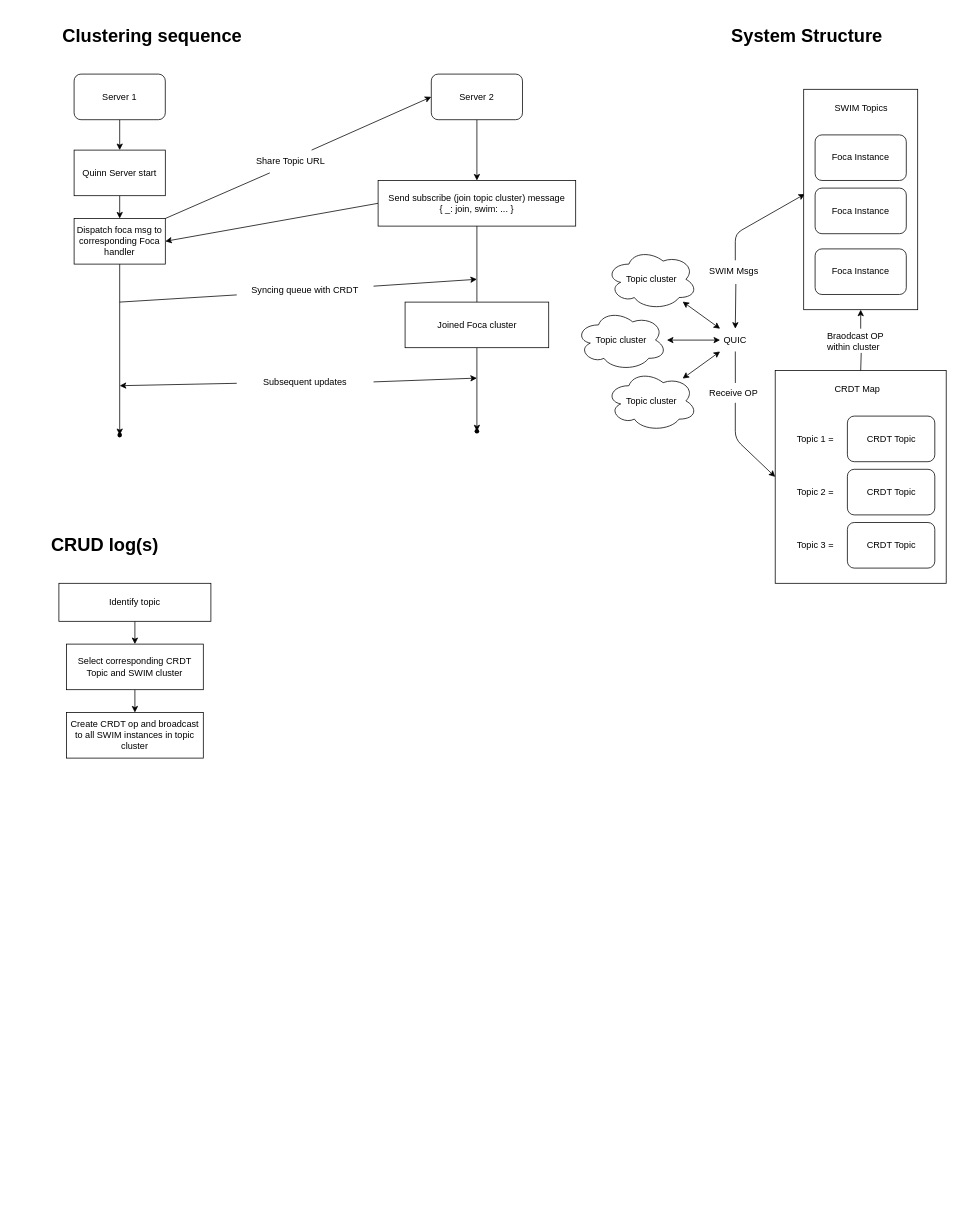
Above: proc.drawio in Limit-LAB/Orkas (draw.io), before the change. Source tidied: cells renumbered, new cells numbered last; positions are measured from the earlier drawing's top-left corner, leaving out a move shared by most shapes. Both pictures are drawn from the tidied source at 76%, with x=0, y=0 at pixel (47, 21).
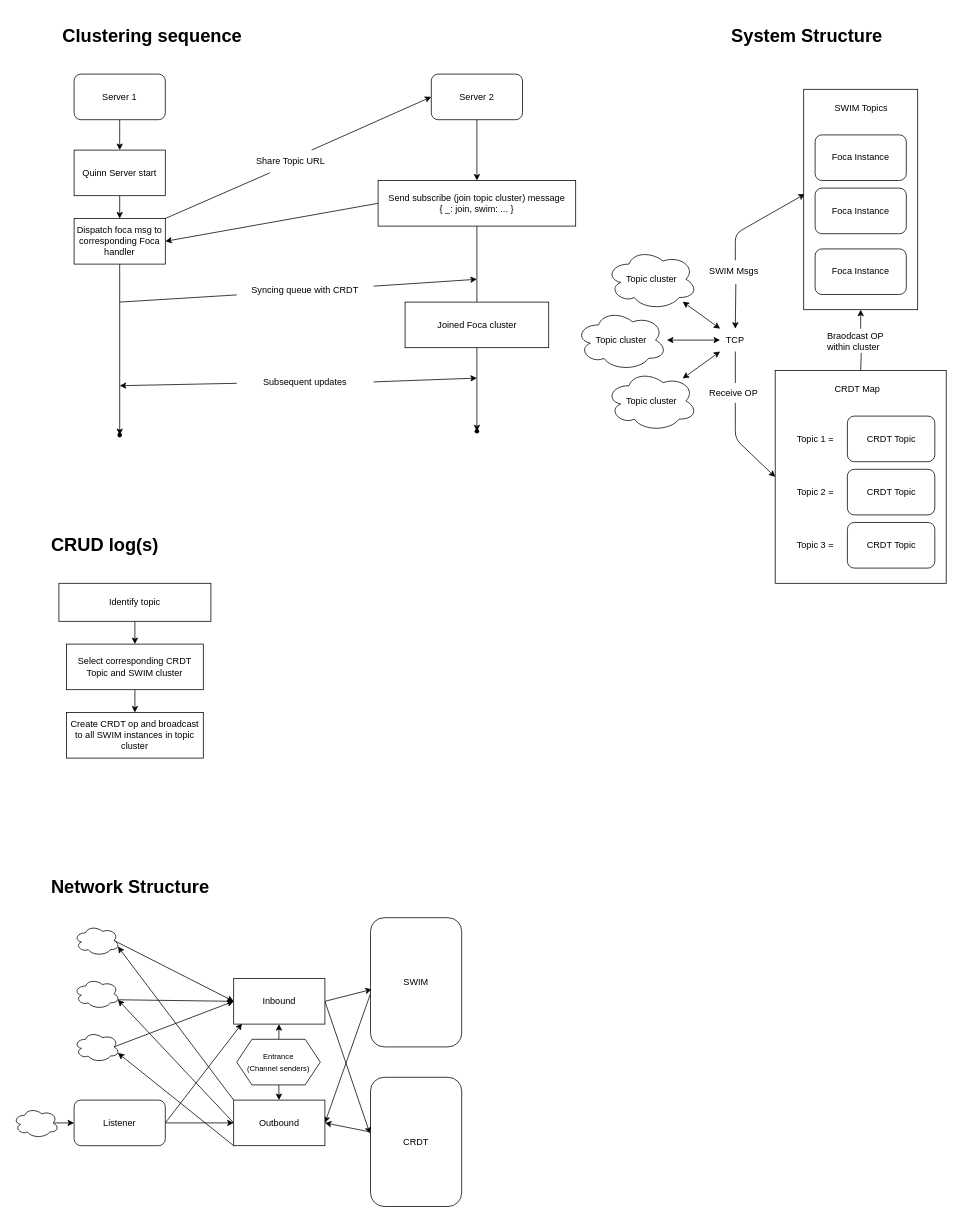
The same page after the edit.

What changed in the source:
```diff
@@
-    <mxCell id="41" value="QUIC" style="text;html=1;strokeColor=none;fillColor=none;align=center;verticalAlign=middle;whiteSpace=wrap;rounded=0;" parent="1" vertex="1">
+    <mxCell id="41" value="TCP" style="text;html=1;strokeColor=none;fillColor=none;align=center;verticalAlign=middle;whiteSpace=wrap;rounded=0;" parent="1" vertex="1">
       <mxGeometry x="885" y="405" width="40" height="30" as="geometry" />
     </mxCell>
@@
+    <mxCell id="65" value="&lt;h1&gt;Network Structure&lt;/h1&gt;" style="text;html=1;strokeColor=none;fillColor=none;spacing=5;spacingTop=-20;whiteSpace=wrap;overflow=hidden;rounded=0;" parent="1" vertex="1">
+      <mxGeometry y="1120" width="390" height="50" as="geometry" />
+    </mxCell>
+    <mxCell id="66" style="edgeStyle=none;html=1;exitX=0;exitY=0.588;exitDx=0;exitDy=0;entryX=1;entryY=0.5;entryDx=0;entryDy=0;startArrow=none;startFill=0;endArrow=classic;endFill=1;exitPerimeter=0;" parent="1" edge="1" source="67" target="73">
+      <mxGeometry relative="1" as="geometry" />
+    </mxCell>
+    <mxCell id="67" value="SWIM" style="rounded=1;whiteSpace=wrap;html=1;" parent="1" vertex="1">
+      <mxGeometry x="425" y="1180" width="120" height="170" as="geometry" />
+    </mxCell>
+    <mxCell id="68" style="edgeStyle=none;html=1;exitX=-0.016;exitY=0.421;exitDx=0;exitDy=0;entryX=1;entryY=0.5;entryDx=0;entryDy=0;startArrow=none;startFill=0;endArrow=classic;endFill=1;exitPerimeter=0;" parent="1" edge="1" source="69" target="73">
+      <mxGeometry relative="1" as="geometry" />
+    </mxCell>
+    <mxCell id="69" value="CRDT" style="rounded=1;whiteSpace=wrap;html=1;" parent="1" vertex="1">
+      <mxGeometry x="425" y="1390" width="120" height="170" as="geometry" />
+    </mxCell>
+    <mxCell id="70" style="edgeStyle=none;html=1;exitX=0;exitY=0;exitDx=0;exitDy=0;entryX=0.96;entryY=0.7;entryDx=0;entryDy=0;entryPerimeter=0;" parent="1" edge="1" source="73" target="75">
+      <mxGeometry relative="1" as="geometry" />
+    </mxCell>
+    <mxCell id="71" style="edgeStyle=none;html=1;exitX=0;exitY=0.5;exitDx=0;exitDy=0;entryX=0.96;entryY=0.7;entryDx=0;entryDy=0;entryPerimeter=0;" parent="1" edge="1" source="73" target="77">
+      <mxGeometry relative="1" as="geometry" />
+    </mxCell>
+    <mxCell id="72" style="edgeStyle=none;html=1;exitX=0;exitY=1;exitDx=0;exitDy=0;entryX=0.96;entryY=0.7;entryDx=0;entryDy=0;entryPerimeter=0;fontSize=10;startArrow=none;startFill=0;endArrow=classic;endFill=1;" parent="1" edge="1" source="73" target="79">
+      <mxGeometry relative="1" as="geometry" />
+    </mxCell>
+    <mxCell id="73" value="Outbound" style="rounded=0;whiteSpace=wrap;html=1;" parent="1" vertex="1">
+      <mxGeometry x="245" y="1420" width="120" height="60" as="geometry" />
+    </mxCell>
+    <mxCell id="74" style="edgeStyle=none;html=1;exitX=0.875;exitY=0.5;exitDx=0;exitDy=0;exitPerimeter=0;entryX=0;entryY=0.5;entryDx=0;entryDy=0;startArrow=none;startFill=0;endArrow=classic;endFill=1;" parent="1" edge="1" source="75" target="85">
+      <mxGeometry relative="1" as="geometry" />
+    </mxCell>
+    <mxCell id="75" style="ellipse;shape=cloud;whiteSpace=wrap;html=1;" parent="1" vertex="1">
+      <mxGeometry x="35" y="1190" width="60" height="40" as="geometry" />
+    </mxCell>
+    <mxCell id="76" style="edgeStyle=none;html=1;exitX=0.96;exitY=0.7;exitDx=0;exitDy=0;exitPerimeter=0;entryX=0;entryY=0.5;entryDx=0;entryDy=0;startArrow=none;startFill=0;endArrow=classic;endFill=1;" parent="1" edge="1" source="77" target="85">
+      <mxGeometry relative="1" as="geometry" />
+    </mxCell>
+    <mxCell id="77" style="ellipse;shape=cloud;whiteSpace=wrap;html=1;" parent="1" vertex="1">
+      <mxGeometry x="35" y="1260" width="60" height="40" as="geometry" />
+    </mxCell>
+    <mxCell id="78" style="edgeStyle=none;html=1;exitX=0.875;exitY=0.5;exitDx=0;exitDy=0;exitPerimeter=0;startArrow=none;startFill=0;endArrow=classic;endFill=1;" parent="1" edge="1" source="79">
+      <mxGeometry relative="1" as="geometry">
+        <mxPoint x="245" y="1290" as="targetPoint" />
+      </mxGeometry>
+    </mxCell>
+    <mxCell id="79" style="ellipse;shape=cloud;whiteSpace=wrap;html=1;" parent="1" vertex="1">
+      <mxGeometry x="35" y="1330" width="60" height="40" as="geometry" />
+    </mxCell>
+    <mxCell id="80" style="edgeStyle=none;html=1;exitX=1;exitY=0.5;exitDx=0;exitDy=0;entryX=0.091;entryY=0.987;entryDx=0;entryDy=0;entryPerimeter=0;startArrow=none;startFill=0;endArrow=classic;endFill=1;" parent="1" edge="1" source="82" target="85">
+      <mxGeometry relative="1" as="geometry" />
+    </mxCell>
+    <mxCell id="81" style="edgeStyle=none;html=1;exitX=1;exitY=0.5;exitDx=0;exitDy=0;entryX=0;entryY=0.5;entryDx=0;entryDy=0;fontSize=10;startArrow=none;startFill=0;endArrow=classic;endFill=1;" parent="1" edge="1" source="82" target="73">
+      <mxGeometry relative="1" as="geometry" />
+    </mxCell>
+    <mxCell id="82" value="Listener" style="rounded=1;whiteSpace=wrap;html=1;" parent="1" vertex="1">
+      <mxGeometry x="35" y="1420" width="120" height="60" as="geometry" />
+    </mxCell>
+    <mxCell id="83" style="edgeStyle=none;html=1;exitX=1;exitY=0.5;exitDx=0;exitDy=0;startArrow=none;startFill=0;endArrow=classic;endFill=1;entryX=0.014;entryY=0.555;entryDx=0;entryDy=0;entryPerimeter=0;" parent="1" edge="1" source="85" target="67">
+      <mxGeometry relative="1" as="geometry" />
+    </mxCell>
+    <mxCell id="84" style="edgeStyle=none;html=1;exitX=1;exitY=0.5;exitDx=0;exitDy=0;startArrow=none;startFill=0;endArrow=classic;endFill=1;entryX=-0.006;entryY=0.436;entryDx=0;entryDy=0;entryPerimeter=0;" parent="1" edge="1" source="85" target="69">
+      <mxGeometry relative="1" as="geometry" />
+    </mxCell>
+    <mxCell id="85" value="Inbound" style="rounded=0;whiteSpace=wrap;html=1;" parent="1" vertex="1">
+      <mxGeometry x="245" y="1260" width="120" height="60" as="geometry" />
+    </mxCell>
+    <mxCell id="86" style="edgeStyle=none;html=1;fontSize=10;startArrow=none;startFill=0;endArrow=classic;endFill=1;" parent="1" edge="1" source="88" target="85">
+      <mxGeometry relative="1" as="geometry" />
+    </mxCell>
+    <mxCell id="87" style="edgeStyle=none;html=1;fontSize=10;startArrow=none;startFill=0;endArrow=classic;endFill=1;" parent="1" edge="1" source="88" target="73">
+      <mxGeometry relative="1" as="geometry" />
+    </mxCell>
+    <mxCell id="88" value="&lt;font style=&quot;font-size: 10px;&quot;&gt;Entrance&lt;br&gt;(Channel senders)&lt;/font&gt;" style="shape=hexagon;perimeter=hexagonPerimeter2;whiteSpace=wrap;html=1;fixedSize=1;" parent="1" vertex="1">
+      <mxGeometry x="249" y="1340" width="110" height="60" as="geometry" />
+    </mxCell>
+    <mxCell id="89" style="edgeStyle=none;html=1;exitX=0.875;exitY=0.5;exitDx=0;exitDy=0;exitPerimeter=0;entryX=0;entryY=0.5;entryDx=0;entryDy=0;fontSize=10;startArrow=none;startFill=0;endArrow=classic;endFill=1;" parent="1" edge="1" source="90" target="82">
+      <mxGeometry relative="1" as="geometry" />
+    </mxCell>
+    <mxCell id="90" style="ellipse;shape=cloud;whiteSpace=wrap;html=1;" parent="1" vertex="1">
+      <mxGeometry x="-45" y="1430" width="60" height="40" as="geometry" />
+    </mxCell>
```
